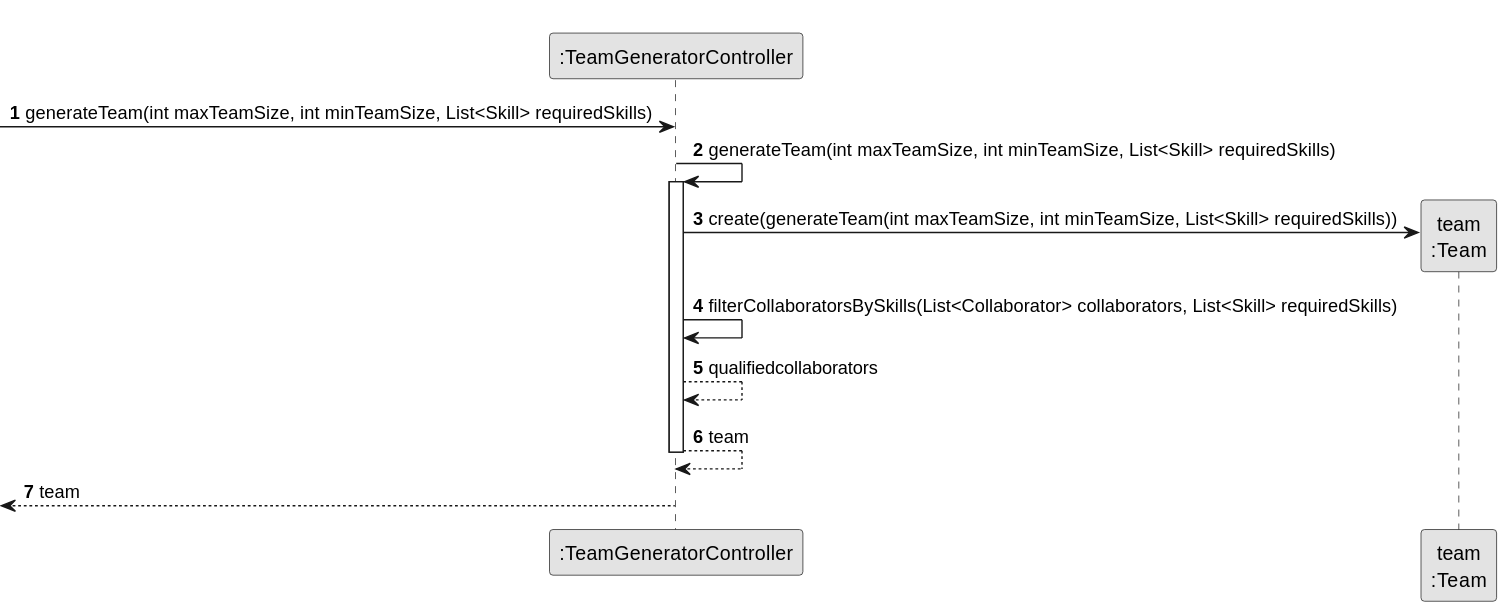
Above: docs/sprint3/us005/03.design/svg/us005-sequence-diagram-partial-generate-team.svg in tiagosoa/lei-24-s2-1dgh-g073 (PlantUML), before the change. Its diagram source:
```plantuml
@startuml
skinparam monochrome true
skinparam packageStyle rectangle
skinparam shadowing false

autonumber

participant ":TeamGeneratorController" as CTRL
participant "team\n:Team" as EQUIPA



            -> CTRL: generateTeam(int maxTeamSize, int minTeamSize, List<Skill> requiredSkills)
                        CTRL -> CTRL: generateTeam(int maxTeamSize, int minTeamSize, List<Skill> requiredSkills)
                        activate CTRL

                            CTRL -> EQUIPA**: create(generateTeam(int maxTeamSize, int minTeamSize, List<Skill> requiredSkills))
                            CTRL -> CTRL: filterCollaboratorsBySkills(List<Collaborator> collaborators, List<Skill> requiredSkills)

                            CTRL --> CTRL: qualifiedcollaborators

                        CTRL --> CTRL: team
                        deactivate CTRL

                                    <-- CTRL: team
                                    deactivate CTRL
@enduml
```
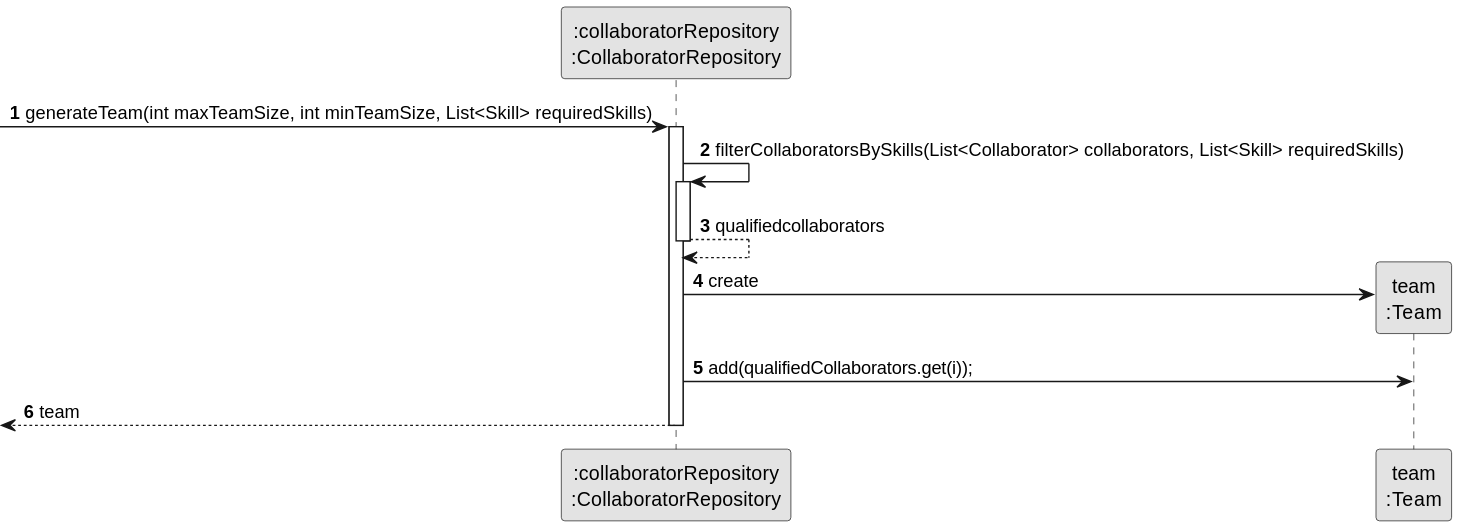
After the commit.

The edit, as a diff of the source:
```diff
@@ -5,23 +5,24 @@
 
 autonumber
 
-participant ":TeamGeneratorController" as CTRL
+participant ":collaboratorRepository\n:CollaboratorRepository" as CR
 participant "team\n:Team" as EQUIPA
 
 
 
-            -> CTRL: generateTeam(int maxTeamSize, int minTeamSize, List<Skill> requiredSkills)
-                        CTRL -> CTRL: generateTeam(int maxTeamSize, int minTeamSize, List<Skill> requiredSkills)
-                        activate CTRL
+            -> CR: generateTeam(int maxTeamSize, int minTeamSize, List<Skill> requiredSkills)
+                        activate CR
 
-                            CTRL -> EQUIPA**: create(generateTeam(int maxTeamSize, int minTeamSize, List<Skill> requiredSkills))
-                            CTRL -> CTRL: filterCollaboratorsBySkills(List<Collaborator> collaborators, List<Skill> requiredSkills)
+                            CR -> CR: filterCollaboratorsBySkills(List<Collaborator> collaborators, List<Skill> requiredSkills)
+                            activate CR
 
-                            CTRL --> CTRL: qualifiedcollaborators
+                            CR --> CR: qualifiedcollaborators
+                            deactivate CR
 
-                        CTRL --> CTRL: team
-                        deactivate CTRL
+                            CR -> EQUIPA**: create
 
-                                    <-- CTRL: team
-                                    deactivate CTRL
+                            CR -> EQUIPA: add(qualifiedCollaborators.get(i));
+
+                        <-- CR : team
+                        deactivate CR
 @enduml
```
